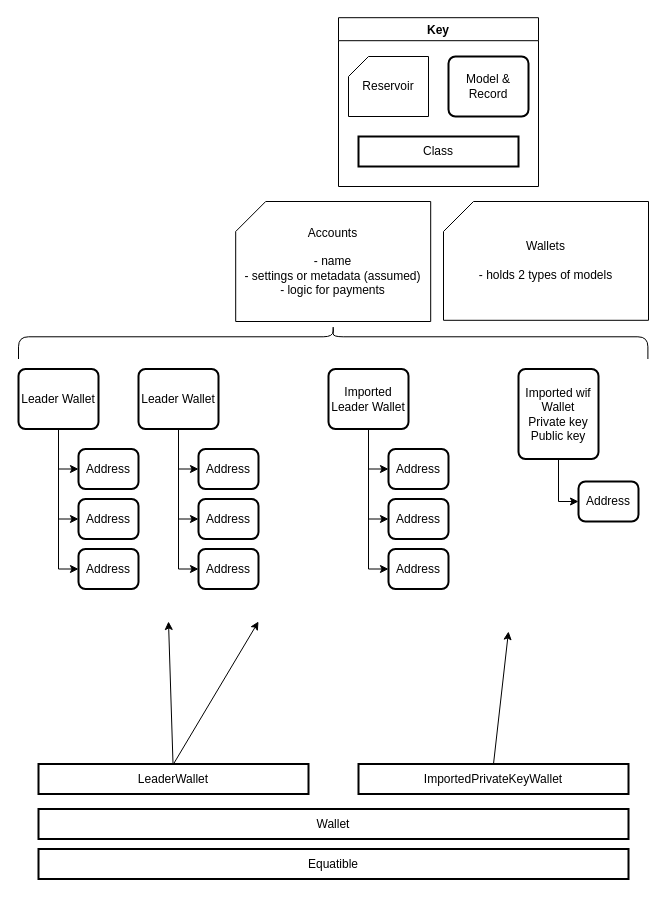
Above: raven_back/docs/diagrams/overview/wallet-relationships.drawio in moontreeapp/moontree (draw.io), before the change. Source tidied: cells renumbered, new cells numbered last; positions are measured from the earlier drawing's top-left corner, leaving out a move shared by most shapes. Both pictures are drawn from the tidied source at 100%, with x=0, y=0 at pixel (18, 17).
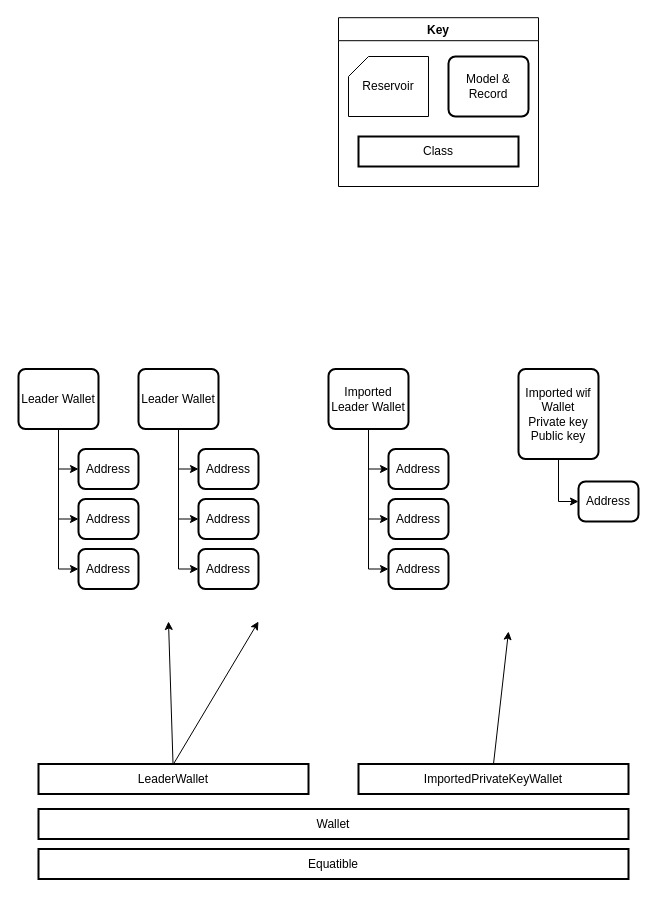
The same page after the edit.

Commit message (it also covers changes not shown here):
#257 added validation on name

Change to the diagram source:
```diff
@@
-    <mxCell id="2" style="shape=curlyBracket;whiteSpace=wrap;html=1;rounded=1;flipH=1;rotation=-90;size=0.3428148148148129;" parent="1" vertex="1">
-      <mxGeometry x="297.8" y="9.9" width="33.8" height="629.4" as="geometry" />
-    </mxCell>
@@
-    <mxCell id="26" value="Accounts&lt;br&gt;&lt;br&gt;- name&lt;br&gt;- settings or metadata (assumed)&lt;br&gt;- logic for payments" style="shape=card;whiteSpace=wrap;html=1;" parent="1" vertex="1">
-      <mxGeometry x="217.2" y="184" width="195" height="120" as="geometry" />
-    </mxCell>
@@
-    <mxCell id="38" value="Wallets&lt;br&gt;&lt;br&gt;- holds 2 types of models&lt;br&gt;" style="shape=card;whiteSpace=wrap;html=1;" parent="1" vertex="1">
-      <mxGeometry x="425" y="184" width="205" height="118.8" as="geometry" />
-    </mxCell>
```
